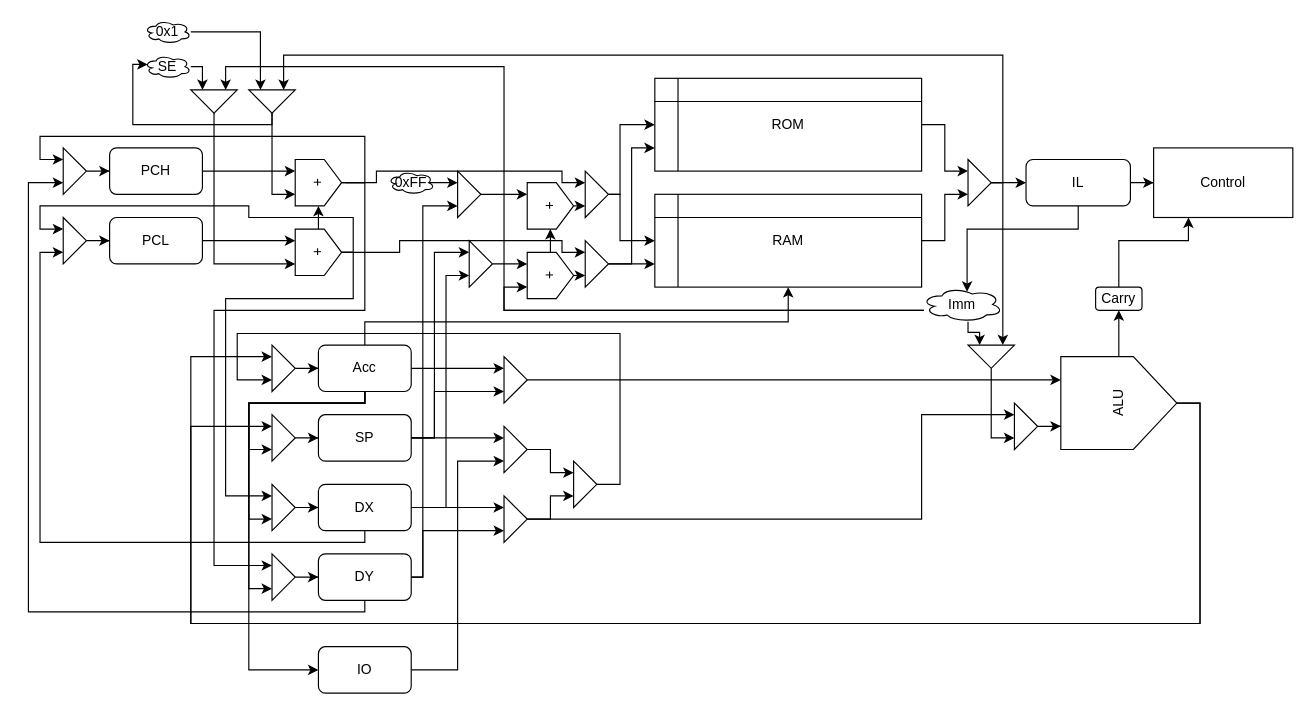
This is Design/datapath-16bit.drawio from LithosphereRocketry/Nandy, a draw.io file, before an edit. Source tidied: cells renumbered, new cells numbered last; positions are measured from the earlier drawing's top-left corner, leaving out a move shared by most shapes. Both pictures are drawn from the tidied source at 116%, with x=0, y=0 at pixel (28, 20).
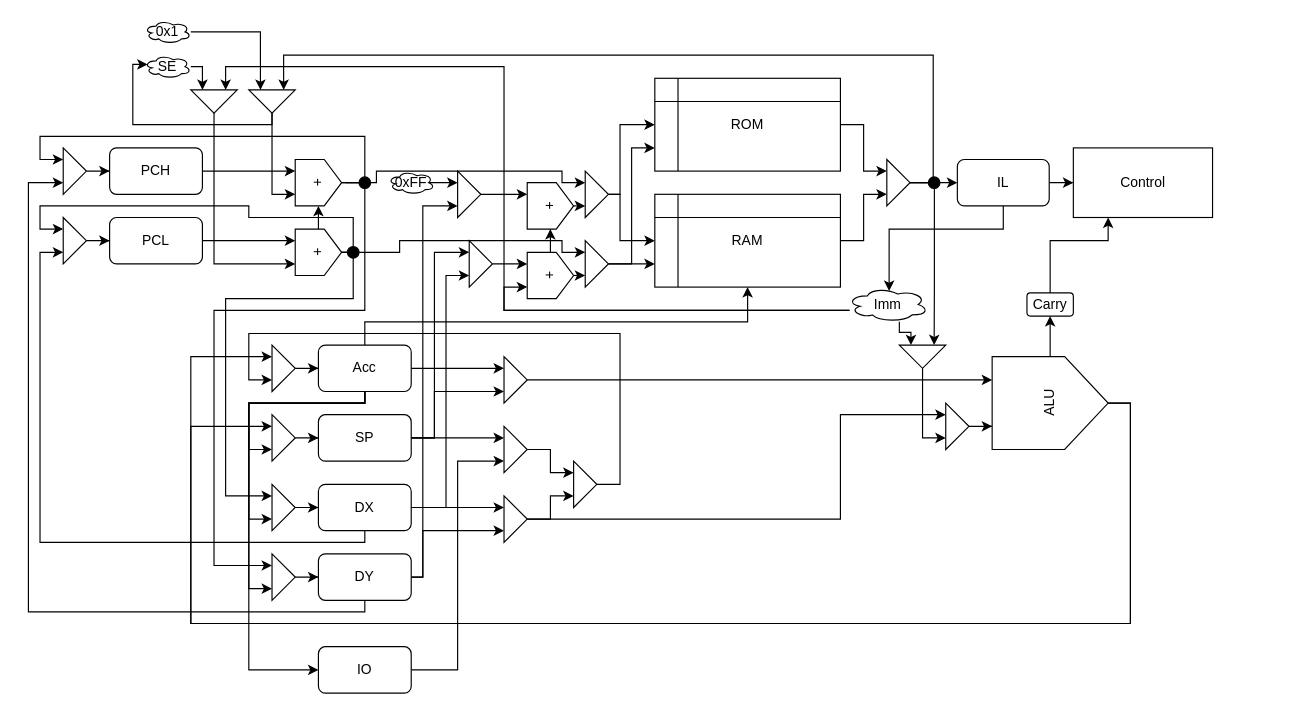
The same diagram, later.

Commit message:
Some cosmetic changes to datapath

Unchanged cells that the change refers to:
```xml
<mxCell id="8" value="Acc" style="rounded=1;whiteSpace=wrap;html=1;" parent="1" vertex="1">
  <mxGeometry x="250" y="280" width="80" height="40" as="geometry" />
</mxCell>
<mxCell id="29" style="triangle;whiteSpace=wrap;html=1;" parent="1" vertex="1">
  <mxGeometry x="410" y="410" width="20" height="40" as="geometry" />
</mxCell>
<mxCell id="45" style="triangle;whiteSpace=wrap;html=1;" parent="1" vertex="1">
  <mxGeometry x="480" y="190" width="20" height="40" as="geometry" />
</mxCell>
<mxCell id="75" style="triangle;whiteSpace=wrap;html=1;" parent="1" vertex="1">
  <mxGeometry x="210" y="340" width="20" height="40" as="geometry" />
</mxCell>
<mxCell id="77" style="triangle;whiteSpace=wrap;html=1;" parent="1" vertex="1">
  <mxGeometry x="210" y="280" width="20" height="40" as="geometry" />
</mxCell>
<mxCell id="79" style="triangle;whiteSpace=wrap;html=1;" parent="1" vertex="1">
  <mxGeometry x="470" y="380" width="20" height="40" as="geometry" />
</mxCell>
<mxCell id="81" style="triangle;whiteSpace=wrap;html=1;" parent="1" vertex="1">
  <mxGeometry x="30" y="110" width="20" height="40" as="geometry" />
</mxCell>
<mxCell id="88" value="&lt;font face=&quot;Helvetica&quot;&gt;+&lt;/font&gt;" style="shape=offPageConnector;whiteSpace=wrap;html=1;fontFamily=Times New Roman;rotation=-90;" parent="1" vertex="1">
  <mxGeometry x="230" y="180" width="40" height="40" as="geometry" />
</mxCell>
<mxCell id="92" value="&lt;font face=&quot;Helvetica&quot;&gt;+&lt;/font&gt;" style="shape=offPageConnector;whiteSpace=wrap;html=1;fontFamily=Times New Roman;rotation=-90;" parent="1" vertex="1">
  <mxGeometry x="230" y="120" width="40" height="40" as="geometry" />
</mxCell>
<mxCell id="97" style="triangle;whiteSpace=wrap;html=1;rotation=90;" parent="1" vertex="1">
  <mxGeometry x="200" y="50" width="20" height="40" as="geometry" />
</mxCell>
```

Diff of the diagram source:
```diff
@@
-    <mxCell id="3" style="edgeStyle=orthogonalEdgeStyle;rounded=0;jettySize=auto;html=1;" parent="1" edge="1" source="8" target="50">
+    <mxCell id="3" style="edgeStyle=orthogonalEdgeStyle;rounded=0;jettySize=auto;html=1;entryX=0.5;entryY=1;entryDx=0;entryDy=0;" parent="1" edge="1" source="8" target="50">
       <mxGeometry relative="1" as="geometry">
         <Array as="points">
           <mxPoint x="290" y="260" />
-          <mxPoint x="655" y="260" />
+          <mxPoint x="620" y="260" />
         </Array>
       </mxGeometry>
     </mxCell>
@@
     <mxCell id="27" style="edgeStyle=orthogonalEdgeStyle;rounded=0;jettySize=auto;html=1;entryX=0;entryY=0.25;entryDx=0;entryDy=0;" parent="1" edge="1" source="29" target="56">
       <mxGeometry relative="1" as="geometry">
         <Array as="points">
-          <mxPoint x="770" y="430" />
-          <mxPoint x="770" y="340" />
+          <mxPoint x="700" y="430" />
+          <mxPoint x="700" y="340" />
         </Array>
       </mxGeometry>
     </mxCell>
@@
     <mxCell id="30" style="edgeStyle=orthogonalEdgeStyle;rounded=0;jettySize=auto;html=1;entryX=0;entryY=0.25;entryDx=0;entryDy=0;" parent="1" edge="1" source="33" target="77">
       <mxGeometry relative="1" as="geometry">
         <Array as="points">
-          <mxPoint x="1010" y="330" />
-          <mxPoint x="1010" y="520" />
+          <mxPoint x="950" y="330" />
+          <mxPoint x="950" y="520" />
           <mxPoint x="140" y="520" />
           <mxPoint x="140" y="290" />
         </Array>
       </mxGeometry>
     </mxCell>
     <mxCell id="31" style="edgeStyle=orthogonalEdgeStyle;rounded=0;jettySize=auto;html=1;entryX=0;entryY=0.25;entryDx=0;entryDy=0;" parent="1" edge="1" source="33" target="75">
       <mxGeometry relative="1" as="geometry">
         <Array as="points">
-          <mxPoint x="1010" y="330" />
-          <mxPoint x="1010" y="520" />
+          <mxPoint x="950" y="330" />
+          <mxPoint x="950" y="520" />
           <mxPoint x="140" y="520" />
           <mxPoint x="140" y="350" />
         </Array>
       </mxGeometry>
     </mxCell>
@@
     <mxCell id="33" value="&lt;font face=&quot;Helvetica&quot;&gt;ALU&lt;/font&gt;" style="shape=offPageConnector;whiteSpace=wrap;html=1;fontFamily=Times New Roman;rotation=-90;" parent="1" vertex="1">
-      <mxGeometry x="900" y="280" width="80" height="100" as="geometry" />
+      <mxGeometry x="840.8" y="280" width="80" height="100" as="geometry" />
     </mxCell>
@@
     <mxCell id="40" style="edgeStyle=orthogonalEdgeStyle;rounded=0;jettySize=auto;html=1;entryX=0;entryY=0.25;entryDx=0;entryDy=0;" parent="1" edge="1" source="41" target="54">
-      <mxGeometry relative="1" as="geometry" />
+      <mxGeometry relative="1" as="geometry">
+        <Array as="points">
+          <mxPoint x="720" y="90" />
+          <mxPoint x="720" y="130" />
+        </Array>
+      </mxGeometry>
     </mxCell>
     <mxCell id="41" value="ROM" style="shape=internalStorage;whiteSpace=wrap;html=1;backgroundOutline=1;" parent="1" vertex="1">
-      <mxGeometry x="540" y="50" width="230" height="80" as="geometry" />
+      <mxGeometry x="540" y="50" width="160" height="80" as="geometry" />
     </mxCell>
@@
     <mxCell id="49" style="edgeStyle=orthogonalEdgeStyle;rounded=0;jettySize=auto;html=1;entryX=0;entryY=0.75;entryDx=0;entryDy=0;" parent="1" edge="1" source="50" target="54">
-      <mxGeometry relative="1" as="geometry" />
+      <mxGeometry relative="1" as="geometry">
+        <Array as="points">
+          <mxPoint x="720" y="190" />
+          <mxPoint x="720" y="150" />
+        </Array>
+      </mxGeometry>
     </mxCell>
     <mxCell id="50" value="RAM" style="shape=internalStorage;whiteSpace=wrap;html=1;backgroundOutline=1;" parent="1" vertex="1">
-      <mxGeometry x="540" y="150" width="230" height="80" as="geometry" />
+      <mxGeometry x="540" y="150" width="160" height="80" as="geometry" />
     </mxCell>
     <mxCell id="51" style="edgeStyle=orthogonalEdgeStyle;rounded=0;jettySize=auto;html=1;entryX=0;entryY=0.25;entryDx=0;entryDy=0;" parent="1" edge="1" source="54" target="62">
       <mxGeometry relative="1" as="geometry">
         <Array as="points">
-          <mxPoint x="840" y="140" />
-          <mxPoint x="840" y="230" />
+          <mxPoint x="781" y="140" />
+          <mxPoint x="781" y="230" />
         </Array>
       </mxGeometry>
     </mxCell>
@@
     <mxCell id="53" style="edgeStyle=orthogonalEdgeStyle;rounded=0;jettySize=auto;html=1;entryX=0;entryY=0.25;entryDx=0;entryDy=0;" parent="1" edge="1" source="54" target="97">
       <mxGeometry relative="1" as="geometry">
         <Array as="points">
-          <mxPoint x="840" y="140" />
-          <mxPoint x="840" y="30" />
+          <mxPoint x="780" y="140" />
+          <mxPoint x="780" y="30" />
           <mxPoint x="220" y="30" />
         </Array>
       </mxGeometry>
     </mxCell>
     <mxCell id="54" style="triangle;whiteSpace=wrap;html=1;" parent="1" vertex="1">
-      <mxGeometry x="810" y="120" width="20" height="40" as="geometry" />
+      <mxGeometry x="740" y="120" width="20" height="40" as="geometry" />
     </mxCell>
@@
     <mxCell id="56" style="triangle;whiteSpace=wrap;html=1;" parent="1" vertex="1">
-      <mxGeometry x="850" y="330" width="20" height="40" as="geometry" />
+      <mxGeometry x="790.8" y="330" width="20" height="40" as="geometry" />
     </mxCell>
-    <mxCell id="57" style="edgeStyle=orthogonalEdgeStyle;rounded=0;jettySize=auto;html=1;entryX=0;entryY=0.75;entryDx=0;entryDy=0;" parent="1" edge="1" source="60" target="62">
+    <mxCell id="57" style="edgeStyle=orthogonalEdgeStyle;rounded=0;jettySize=auto;html=1;entryX=0;entryY=0.75;entryDx=0;entryDy=0;" parent="1" edge="1" target="62">
       <mxGeometry relative="1" as="geometry">
+        <mxPoint x="750.8" y="259.8" as="sourcePoint" />
         <Array as="points">
-          <mxPoint x="810" y="269" />
-          <mxPoint x="820" y="269" />
+          <mxPoint x="750.8" y="269" />
+          <mxPoint x="760.8" y="269" />
         </Array>
       </mxGeometry>
     </mxCell>
@@
     <mxCell id="60" value="Imm" style="ellipse;shape=cloud;whiteSpace=wrap;html=1;" parent="1" vertex="1">
-      <mxGeometry x="770" y="230" width="70" height="30" as="geometry" />
+      <mxGeometry x="705.8" y="230" width="70" height="30" as="geometry" />
     </mxCell>
     <mxCell id="61" style="edgeStyle=orthogonalEdgeStyle;rounded=0;jettySize=auto;html=1;entryX=0;entryY=0.75;entryDx=0;entryDy=0;" parent="1" edge="1" source="62" target="56">
       <mxGeometry relative="1" as="geometry">
         <Array as="points">
-          <mxPoint x="830" y="360" />
+          <mxPoint x="770.8" y="360" />
         </Array>
       </mxGeometry>
     </mxCell>
     <mxCell id="62" style="triangle;whiteSpace=wrap;html=1;rotation=90;" parent="1" vertex="1">
-      <mxGeometry x="820" y="270" width="20" height="40" as="geometry" />
+      <mxGeometry x="760.8" y="270" width="20" height="40" as="geometry" />
     </mxCell>
     <mxCell id="63" value="Control" style="rounded=0;whiteSpace=wrap;html=1;" parent="1" vertex="1">
-      <mxGeometry x="970" y="110" width="120" height="60" as="geometry" />
+      <mxGeometry x="900.8" y="110" width="120" height="60" as="geometry" />
     </mxCell>
@@
-    <mxCell id="65" style="edgeStyle=orthogonalEdgeStyle;rounded=0;jettySize=auto;html=1;entryX=0.56;entryY=0.133;entryDx=0;entryDy=0;entryPerimeter=0;exitX=0.5;exitY=1;exitDx=0;exitDy=0;" parent="1" edge="1" source="66" target="60">
+    <mxCell id="65" style="edgeStyle=orthogonalEdgeStyle;rounded=0;jettySize=auto;html=1;entryX=0.517;entryY=0.111;entryDx=0;entryDy=0;entryPerimeter=0;exitX=0.5;exitY=1;exitDx=0;exitDy=0;" parent="1" edge="1" source="66" target="60">
       <mxGeometry relative="1" as="geometry">
         <Array as="points">
-          <mxPoint x="905" y="180" />
-          <mxPoint x="809" y="180" />
+          <mxPoint x="840" y="180" />
+          <mxPoint x="742" y="180" />
         </Array>
       </mxGeometry>
     </mxCell>
     <mxCell id="66" value="IL" style="rounded=1;whiteSpace=wrap;html=1;" parent="1" vertex="1">
-      <mxGeometry x="860" y="120" width="90" height="40" as="geometry" />
+      <mxGeometry x="800.8" y="120" width="79.2" height="40" as="geometry" />
     </mxCell>
@@
     <mxCell id="78" style="edgeStyle=orthogonalEdgeStyle;rounded=0;jettySize=auto;html=1;entryX=0;entryY=0.75;entryDx=0;entryDy=0;" parent="1" edge="1" source="79" target="77">
       <mxGeometry relative="1" as="geometry">
         <Array as="points">
           <mxPoint x="510" y="400" />
           <mxPoint x="510" y="270" />
-          <mxPoint x="180" y="270" />
-          <mxPoint x="180" y="310" />
+          <mxPoint x="190" y="270" />
+          <mxPoint x="190" y="310" />
         </Array>
       </mxGeometry>
     </mxCell>
@@
-    <mxCell id="85" style="edgeStyle=orthogonalEdgeStyle;rounded=0;jettySize=auto;html=1;entryX=0;entryY=0.25;entryDx=0;entryDy=0;exitX=0.5;exitY=1;exitDx=0;exitDy=0;" parent="1" edge="1" source="88" target="45">
+    <mxCell id="85" style="edgeStyle=orthogonalEdgeStyle;rounded=0;jettySize=auto;html=1;entryX=0;entryY=0.25;entryDx=0;entryDy=0;exitX=0.5;exitY=1;exitDx=0;exitDy=0;startArrow=none;" parent="1" edge="1" source="110" target="45">
       <mxGeometry relative="1" as="geometry">
         <Array as="points">
           <mxPoint x="320" y="200" />
           <mxPoint x="320" y="190" />
           <mxPoint x="460" y="190" />
           <mxPoint x="460" y="200" />
         </Array>
       </mxGeometry>
     </mxCell>
@@
-    <mxCell id="91" style="edgeStyle=orthogonalEdgeStyle;rounded=0;jettySize=auto;html=1;entryX=0;entryY=0.25;entryDx=0;entryDy=0;" parent="1" edge="1" source="92" target="81">
+    <mxCell id="91" style="edgeStyle=orthogonalEdgeStyle;rounded=0;jettySize=auto;html=1;entryX=0;entryY=0.25;entryDx=0;entryDy=0;startArrow=none;" parent="1" edge="1" source="113" target="81">
       <mxGeometry relative="1" as="geometry">
         <Array as="points">
-          <mxPoint x="290" y="140" />
-          <mxPoint x="290" y="100" />
           <mxPoint x="10" y="100" />
           <mxPoint x="10" y="120" />
         </Array>
       </mxGeometry>
     </mxCell>
@@
     <mxCell id="104" style="edgeStyle=orthogonalEdgeStyle;rounded=0;jettySize=auto;html=1;entryX=0.25;entryY=1;entryDx=0;entryDy=0;" parent="1" edge="1" source="105" target="63">
       <mxGeometry relative="1" as="geometry">
         <Array as="points">
-          <mxPoint x="940" y="190" />
-          <mxPoint x="1000" y="190" />
+          <mxPoint x="881" y="190" />
+          <mxPoint x="931" y="190" />
         </Array>
       </mxGeometry>
     </mxCell>
     <mxCell id="105" value="Carry" style="rounded=1;whiteSpace=wrap;html=1;" parent="1" vertex="1">
-      <mxGeometry x="920" y="230" width="40" height="20" as="geometry" />
+      <mxGeometry x="860.8" y="235" width="40" height="20" as="geometry" />
     </mxCell>
@@
+    <mxCell id="110" style="ellipse;whiteSpace=wrap;html=1;fillColor=#000000;" parent="1" vertex="1">
+      <mxGeometry x="275" y="195" width="10" height="10" as="geometry" />
+    </mxCell>
+    <mxCell id="111" style="edgeStyle=orthogonalEdgeStyle;rounded=0;jettySize=auto;html=1;entryX=0;entryY=0.25;entryDx=0;entryDy=0;exitX=0.5;exitY=1;exitDx=0;exitDy=0;endArrow=none;" parent="1" edge="1" source="88" target="110">
+      <mxGeometry relative="1" as="geometry" />
+    </mxCell>
+    <mxCell id="112" style="ellipse;whiteSpace=wrap;html=1;fillColor=#000000;" parent="1" vertex="1">
+      <mxGeometry x="775.8" y="135" width="10" height="10" as="geometry" />
+    </mxCell>
+    <mxCell id="113" style="ellipse;whiteSpace=wrap;html=1;fillColor=#000000;" parent="1" vertex="1">
+      <mxGeometry x="285" y="135" width="10" height="10" as="geometry" />
+    </mxCell>
+    <mxCell id="114" style="edgeStyle=orthogonalEdgeStyle;rounded=0;jettySize=auto;html=1;entryX=0;entryY=0.25;entryDx=0;entryDy=0;endArrow=none;" parent="1" edge="1" source="92" target="113">
+      <mxGeometry relative="1" as="geometry">
+        <Array as="points">
+          <mxPoint x="290" y="140" />
+          <mxPoint x="290" y="138" />
+        </Array>
+      </mxGeometry>
+    </mxCell>
```
